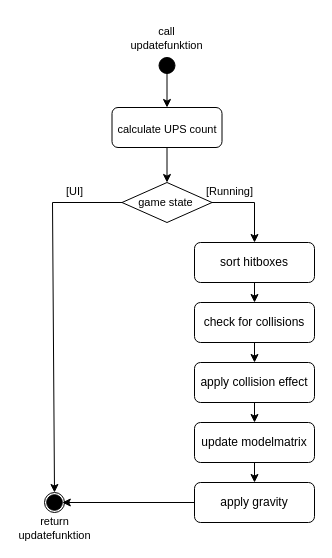
This is Documents/Diagrams/Update activity chart.drawio from DennisGoss99/BachelorThesis, a draw.io file, before an edit. Source tidied: cells renumbered, new cells numbered last; positions are measured from the earlier drawing's top-left corner, leaving out a move shared by most shapes. Both pictures are drawn from the tidied source at 100%, with x=0, y=0 at pixel (16, 17).
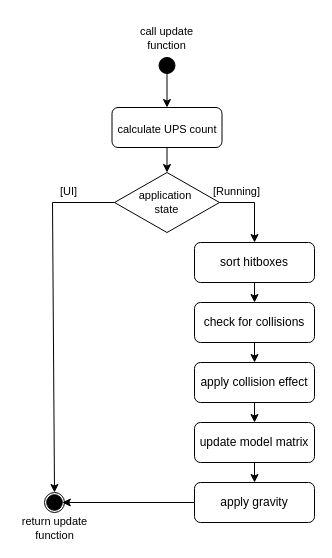
The same diagram, later.

The change refers to these unchanged cells:
```xml
<mxCell id="4" style="group;" parent="1" vertex="1">
  <mxGeometry x="113" width="75" height="25" as="geometry" />
</mxCell>
<mxCell id="27" style="group;" parent="1" vertex="1">
  <mxGeometry x="0.5" y="490" width="75" height="25" as="geometry" />
</mxCell>
```

Change to the diagram source:
```diff
@@
-    <mxCell id="5" value="call updatefunktion" style="text;html=1;strokeColor=none;fillColor=none;align=center;verticalAlign=middle;whiteSpace=wrap;rounded=0;labelBackgroundColor=none;fontSize=11;" parent="4" vertex="1">
+    <mxCell id="5" value="call update function" style="text;html=1;strokeColor=none;fillColor=none;align=center;verticalAlign=middle;whiteSpace=wrap;rounded=0;labelBackgroundColor=none;fontSize=11;" parent="4" vertex="1">
       <mxGeometry y="16.7" width="75" height="8.3" as="geometry" />
     </mxCell>
@@
     <mxCell id="7" style="group;" parent="1" vertex="1">
-      <mxGeometry x="130.5" y="155" width="114.5" height="50" as="geometry" />
+      <mxGeometry x="130.5" y="155" width="114.5" height="60" as="geometry" />
     </mxCell>
-    <mxCell id="8" value="game state&amp;nbsp;" style="rhombus;whiteSpace=wrap;html=1;labelBackgroundColor=none;fontSize=11;strokeColor=default;strokeWidth=1;fillColor=none;" parent="7" vertex="1">
-      <mxGeometry x="-25" y="10" width="90" height="40" as="geometry" />
+    <mxCell id="8" value="application&amp;nbsp; &lt;br&gt;state" style="rhombus;whiteSpace=wrap;html=1;labelBackgroundColor=none;fontSize=11;strokeColor=default;strokeWidth=1;fillColor=none;" parent="7" vertex="1">
+      <mxGeometry x="-32.5" width="105" height="60" as="geometry" />
     </mxCell>
@@
-    <mxCell id="22" value="update modelmatrix" style="rounded=1;whiteSpace=wrap;html=1;fillColor=none;" parent="1" vertex="1">
+    <mxCell id="22" value="update model matrix" style="rounded=1;whiteSpace=wrap;html=1;fillColor=none;" parent="1" vertex="1">
       <mxGeometry x="178" y="405" width="120" height="40" as="geometry" />
     </mxCell>
@@
-    <mxCell id="28" value="return updatefunktion" style="text;html=1;strokeColor=none;fillColor=none;align=center;verticalAlign=middle;whiteSpace=wrap;rounded=0;labelBackgroundColor=none;fontSize=11;" parent="27" vertex="1">
+    <mxCell id="28" value="return update function" style="text;html=1;strokeColor=none;fillColor=none;align=center;verticalAlign=middle;whiteSpace=wrap;rounded=0;labelBackgroundColor=none;fontSize=11;" parent="27" vertex="1">
       <mxGeometry y="16.7" width="75" height="8.3" as="geometry" />
     </mxCell>
```
